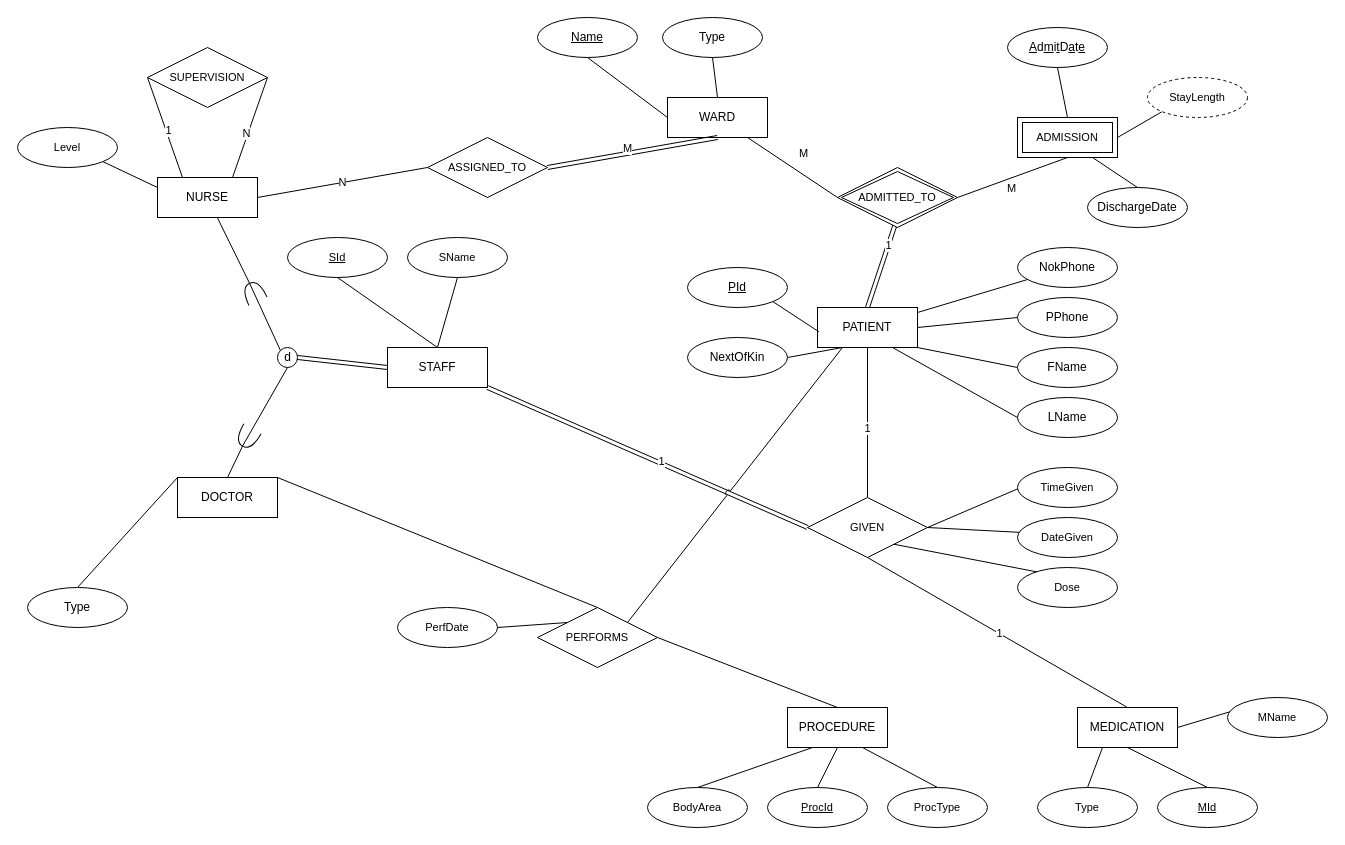
alexwhite1995/Assignments keeps this draw.io diagram as Untitled Diagram.drawio. Above is the earlier version. Source tidied: cells renumbered, new cells numbered last; positions are measured from the earlier drawing's top-left corner, leaving out a move shared by most shapes. Both pictures are drawn from the tidied source at 100%, with x=0, y=0 at pixel (17, 17).
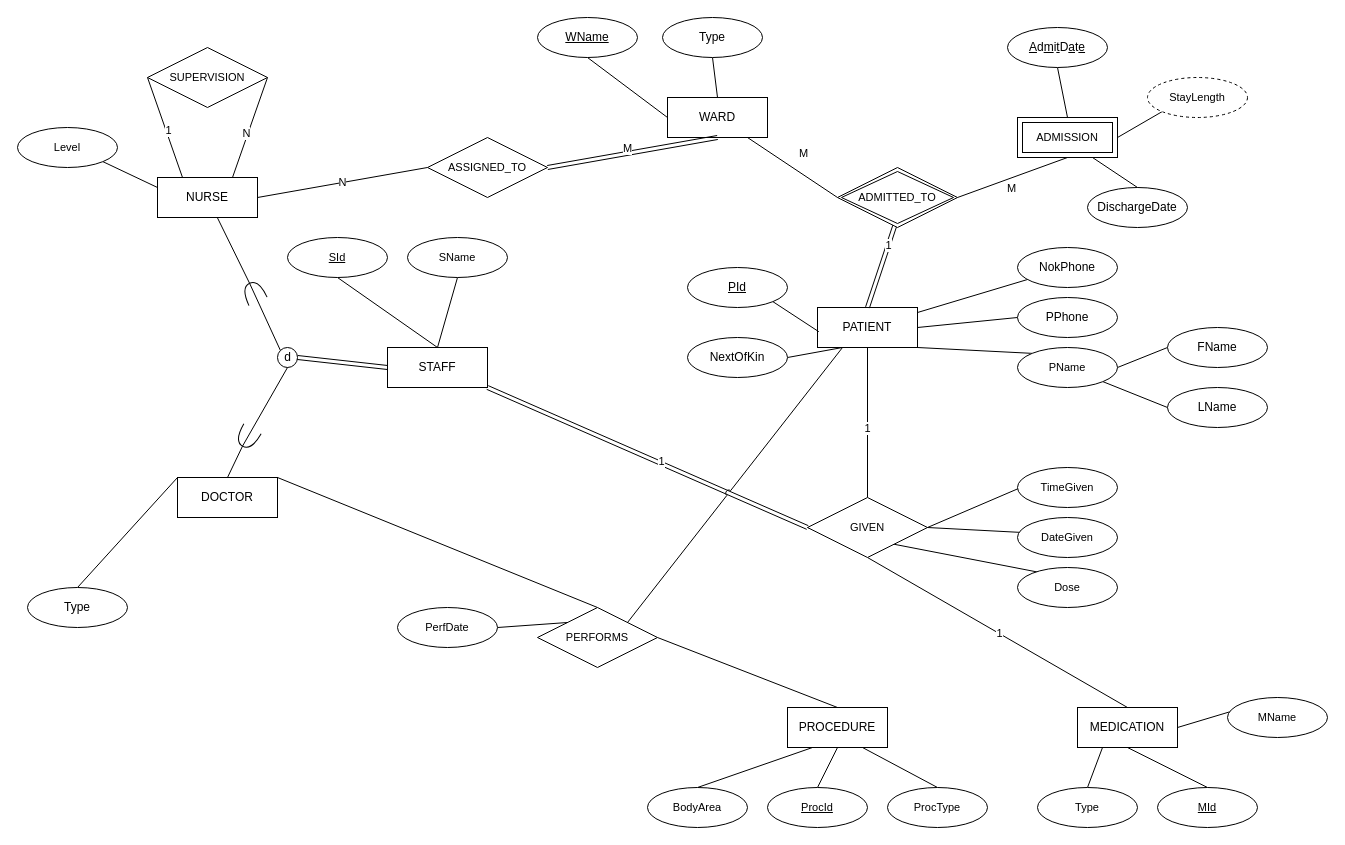
After the change.

Unchanged cells that the change refers to:
```xml
<mxCell id="3" value="PATIENT" style="whiteSpace=wrap;html=1;align=center;" parent="1" vertex="1">
  <mxGeometry x="800" y="290" width="100" height="40" as="geometry" />
</mxCell>
```

The edit, as a diff of the source:
```diff
@@
+    <mxCell id="95" style="edgeStyle=none;rounded=0;jettySize=auto;html=1;exitX=1;exitY=1;exitDx=0;exitDy=0;entryX=0;entryY=0;entryDx=0;entryDy=0;strokeColor=default;align=center;verticalAlign=middle;fontFamily=Helvetica;fontSize=11;fontColor=default;labelBackgroundColor=default;endArrow=none;endFill=0;" parent="1" edge="1" source="3" target="96">
+      <mxGeometry relative="1" as="geometry" />
+    </mxCell>
@@
-    <mxCell id="33" value="&lt;u&gt;Name&lt;/u&gt;" style="ellipse;whiteSpace=wrap;html=1;align=center;" parent="1" vertex="1">
+    <mxCell id="33" value="&lt;u&gt;WName&lt;/u&gt;" style="ellipse;whiteSpace=wrap;html=1;align=center;" parent="1" vertex="1">
       <mxGeometry x="520" width="100" height="40" as="geometry" />
     </mxCell>
@@
-    <mxCell id="45" style="edgeStyle=none;rounded=0;jettySize=auto;html=1;exitX=0;exitY=0.5;exitDx=0;exitDy=0;entryX=1;entryY=1;entryDx=0;entryDy=0;strokeColor=default;align=center;verticalAlign=middle;fontFamily=Helvetica;fontSize=11;fontColor=default;labelBackgroundColor=default;endArrow=none;endFill=0;" parent="1" edge="1" source="46" target="3">
+    <mxCell id="45" style="edgeStyle=none;rounded=0;jettySize=auto;html=1;exitX=0;exitY=0.5;exitDx=0;exitDy=0;entryX=1;entryY=0.5;entryDx=0;entryDy=0;strokeColor=default;align=center;verticalAlign=middle;fontFamily=Helvetica;fontSize=11;fontColor=default;labelBackgroundColor=default;endArrow=none;endFill=0;" parent="1" edge="1" source="46" target="96">
       <mxGeometry relative="1" as="geometry" />
     </mxCell>
     <mxCell id="46" value="FName" style="ellipse;whiteSpace=wrap;html=1;align=center;" parent="1" vertex="1">
-      <mxGeometry x="1000" y="330" width="100" height="40" as="geometry" />
+      <mxGeometry x="1150" y="310" width="100" height="40" as="geometry" />
     </mxCell>
-    <mxCell id="47" style="edgeStyle=none;rounded=0;jettySize=auto;html=1;exitX=0;exitY=0.5;exitDx=0;exitDy=0;strokeColor=default;align=center;verticalAlign=middle;fontFamily=Helvetica;fontSize=11;fontColor=default;labelBackgroundColor=default;endArrow=none;endFill=0;entryX=0.75;entryY=1;entryDx=0;entryDy=0;" parent="1" edge="1" source="48" target="3">
+    <mxCell id="47" style="edgeStyle=none;rounded=0;jettySize=auto;html=1;exitX=0;exitY=0.5;exitDx=0;exitDy=0;strokeColor=default;align=center;verticalAlign=middle;fontFamily=Helvetica;fontSize=11;fontColor=default;labelBackgroundColor=default;endArrow=none;endFill=0;entryX=1;entryY=1;entryDx=0;entryDy=0;" parent="1" edge="1" source="48" target="96">
       <mxGeometry relative="1" as="geometry" />
     </mxCell>
     <mxCell id="48" value="LName" style="ellipse;whiteSpace=wrap;html=1;align=center;" parent="1" vertex="1">
-      <mxGeometry x="1000" y="380" width="100" height="40" as="geometry" />
+      <mxGeometry x="1150" y="370" width="100" height="40" as="geometry" />
     </mxCell>
@@
+    <mxCell id="96" value="PName" style="ellipse;whiteSpace=wrap;html=1;align=center;fontFamily=Helvetica;fontSize=11;fontColor=default;labelBackgroundColor=default;" parent="1" vertex="1">
+      <mxGeometry x="1000" y="330" width="100" height="40" as="geometry" />
+    </mxCell>
```
